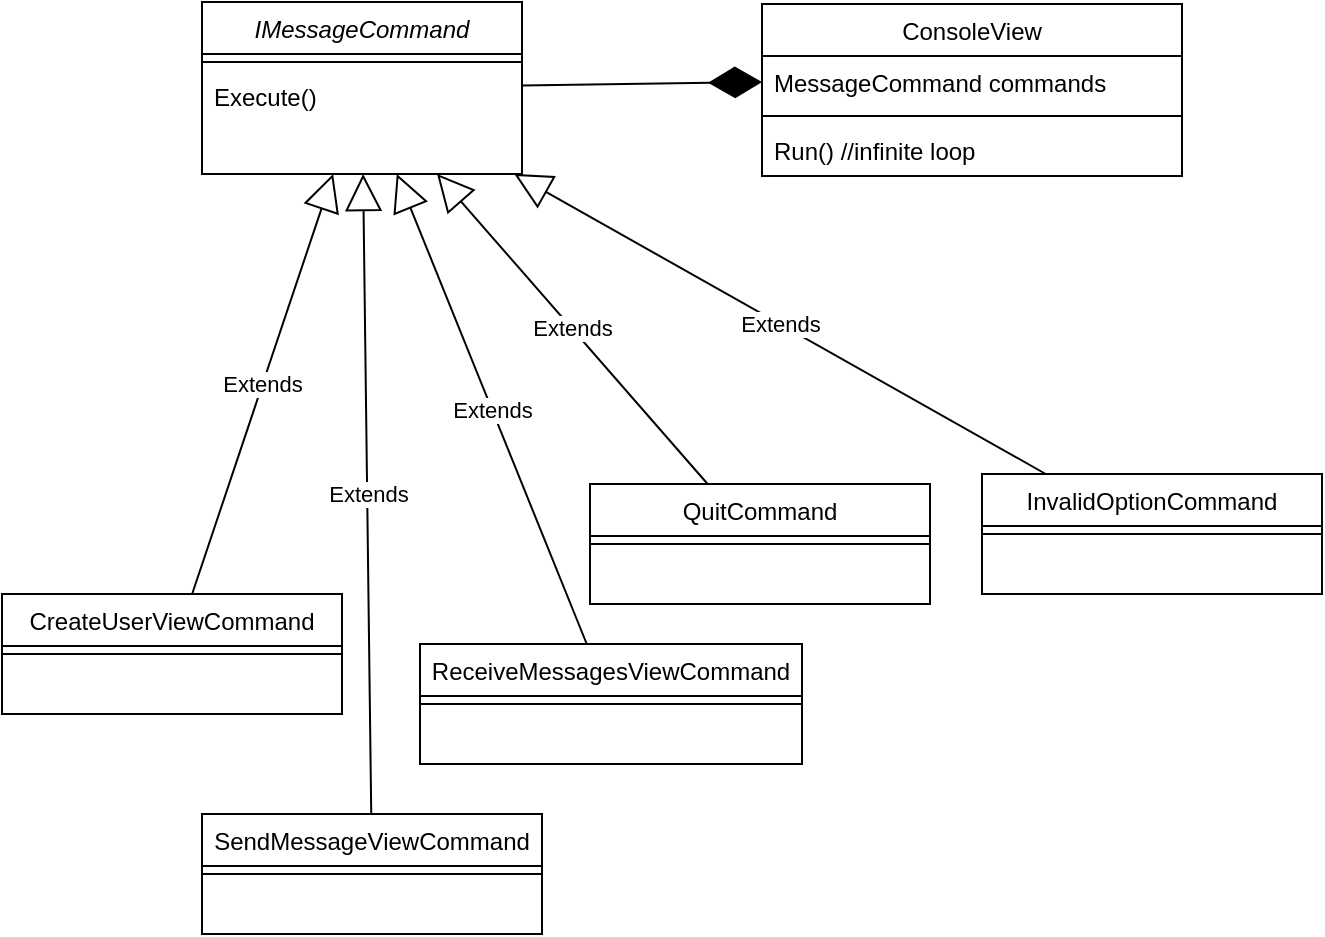
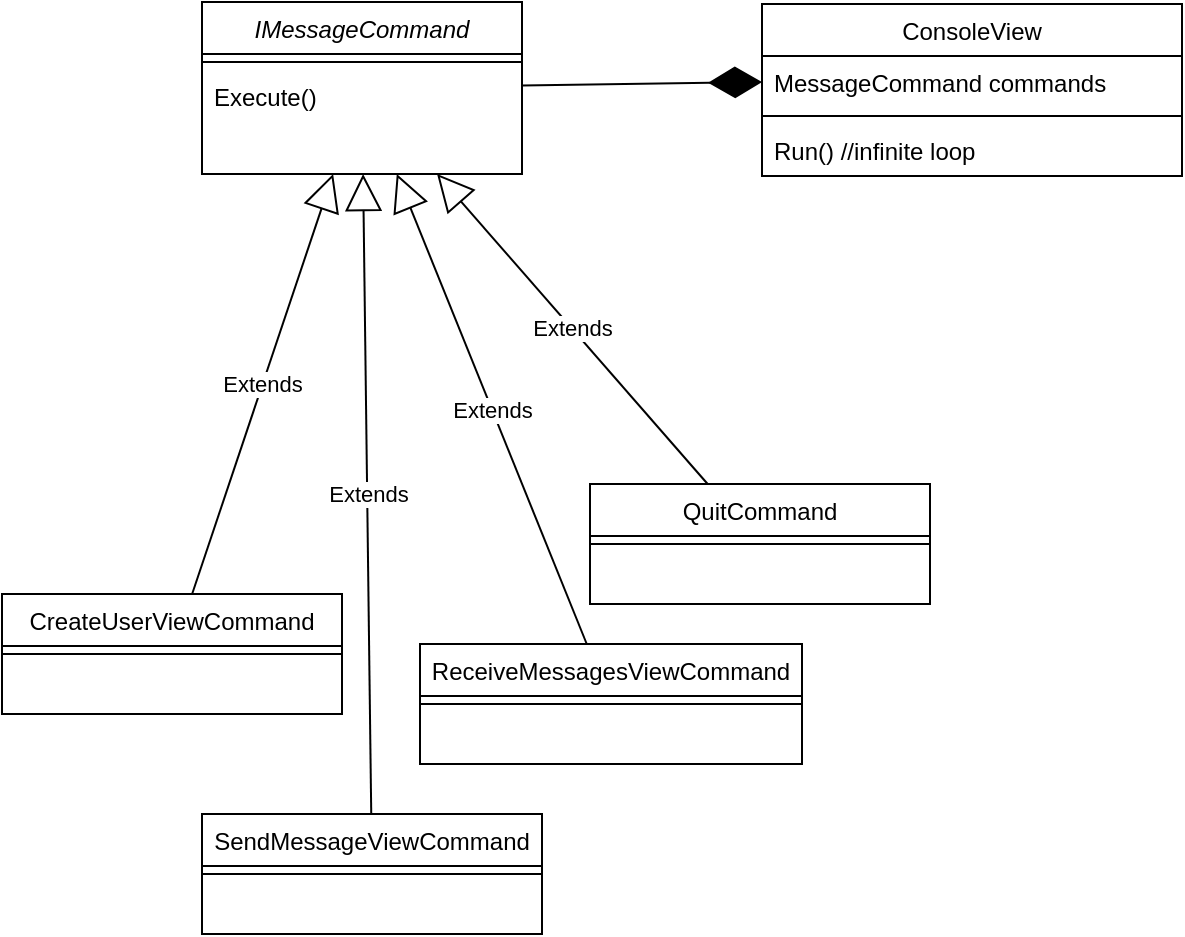
<mxfile host="app.diagrams.net">
  <diagram id="C5RBs43oDa-KdzZeNtuy" name="Page-1">
-     <mxGraphModel dx="1414" dy="743" grid="1" gridSize="10" guides="1" tooltips="1" connect="1" arrows="1" fold="1" page="1" pageScale="1" pageWidth="827" pageHeight="1169" math="0" shadow="0">
+     <mxGraphModel dx="1414" dy="777" grid="1" gridSize="10" guides="1" tooltips="1" connect="1" arrows="1" fold="1" page="1" pageScale="1" pageWidth="827" pageHeight="1169" math="0" shadow="0">
      <root>
        <mxCell id="WIyWlLk6GJQsqaUBKTNV-0" />
        <mxCell id="WIyWlLk6GJQsqaUBKTNV-1" parent="WIyWlLk6GJQsqaUBKTNV-0" />
        <mxCell id="tuTL7WdIvHT7nZa6elIh-0" parent="WIyWlLk6GJQsqaUBKTNV-1" style="swimlane;fontStyle=0;align=center;verticalAlign=top;childLayout=stackLayout;horizontal=1;startSize=26;horizontalStack=0;resizeParent=1;resizeLast=0;collapsible=1;marginBottom=0;rounded=0;shadow=0;strokeWidth=1;" value="ConsoleView" vertex="1">
          <mxGeometry height="86" width="210" x="500" y="260" as="geometry">
            <mxRectangle height="26" width="160" x="230" y="140" as="alternateBounds" />
          </mxGeometry>
        </mxCell>
        <mxCell id="tuTL7WdIvHT7nZa6elIh-1" parent="tuTL7WdIvHT7nZa6elIh-0" style="text;align=left;verticalAlign=top;spacingLeft=4;spacingRight=4;overflow=hidden;rotatable=0;points=[[0,0.5],[1,0.5]];portConstraint=eastwest;" value="MessageCommand commands" vertex="1">
          <mxGeometry height="26" width="210" y="26" as="geometry" />
        </mxCell>
        <mxCell id="tuTL7WdIvHT7nZa6elIh-2" parent="tuTL7WdIvHT7nZa6elIh-0" style="line;html=1;strokeWidth=1;align=left;verticalAlign=middle;spacingTop=-1;spacingLeft=3;spacingRight=3;rotatable=0;labelPosition=right;points=[];portConstraint=eastwest;" value="" vertex="1">
          <mxGeometry height="8" width="210" y="52" as="geometry" />
        </mxCell>
        <mxCell id="tuTL7WdIvHT7nZa6elIh-3" parent="tuTL7WdIvHT7nZa6elIh-0" style="text;align=left;verticalAlign=top;spacingLeft=4;spacingRight=4;overflow=hidden;rotatable=0;points=[[0,0.5],[1,0.5]];portConstraint=eastwest;" value="Run() //infinite loop" vertex="1">
          <mxGeometry height="26" width="210" y="60" as="geometry" />
        </mxCell>
        <mxCell id="tuTL7WdIvHT7nZa6elIh-4" parent="WIyWlLk6GJQsqaUBKTNV-1" style="swimlane;fontStyle=2;align=center;verticalAlign=top;childLayout=stackLayout;horizontal=1;startSize=26;horizontalStack=0;resizeParent=1;resizeLast=0;collapsible=1;marginBottom=0;rounded=0;shadow=0;strokeWidth=1;" value="IMessageCommand" vertex="1">
          <mxGeometry height="86" width="160" x="220" y="259" as="geometry">
            <mxRectangle height="26" width="160" x="230" y="140" as="alternateBounds" />
          </mxGeometry>
        </mxCell>
        <mxCell id="tuTL7WdIvHT7nZa6elIh-6" parent="tuTL7WdIvHT7nZa6elIh-4" style="line;html=1;strokeWidth=1;align=left;verticalAlign=middle;spacingTop=-1;spacingLeft=3;spacingRight=3;rotatable=0;labelPosition=right;points=[];portConstraint=eastwest;" value="" vertex="1">
          <mxGeometry height="8" width="160" y="26" as="geometry" />
        </mxCell>
        <mxCell id="tuTL7WdIvHT7nZa6elIh-10" parent="tuTL7WdIvHT7nZa6elIh-4" style="text;align=left;verticalAlign=top;spacingLeft=4;spacingRight=4;overflow=hidden;rotatable=0;points=[[0,0.5],[1,0.5]];portConstraint=eastwest;" value="Execute()" vertex="1">
          <mxGeometry height="26" width="160" y="34" as="geometry" />
        </mxCell>
        <mxCell id="tuTL7WdIvHT7nZa6elIh-7" edge="1" parent="WIyWlLk6GJQsqaUBKTNV-1" source="tuTL7WdIvHT7nZa6elIh-4" style="endArrow=diamondThin;endFill=1;endSize=24;html=1;rounded=0;entryX=0;entryY=0.5;entryDx=0;entryDy=0;" target="tuTL7WdIvHT7nZa6elIh-1" value="">
          <mxGeometry relative="1" width="160" as="geometry">
            <mxPoint x="330" y="450" as="sourcePoint" />
            <mxPoint x="490" y="450" as="targetPoint" />
          </mxGeometry>
        </mxCell>
        <mxCell id="tuTL7WdIvHT7nZa6elIh-8" edge="1" parent="WIyWlLk6GJQsqaUBKTNV-1" source="tuTL7WdIvHT7nZa6elIh-11" style="endArrow=block;endSize=16;endFill=0;html=1;rounded=0;" target="tuTL7WdIvHT7nZa6elIh-4" value="Extends">
          <mxGeometry relative="1" width="160" as="geometry">
            <mxPoint x="300" y="450" as="sourcePoint" />
            <mxPoint x="400" y="500" as="targetPoint" />
          </mxGeometry>
        </mxCell>
        <mxCell id="tuTL7WdIvHT7nZa6elIh-11" parent="WIyWlLk6GJQsqaUBKTNV-1" style="swimlane;fontStyle=0;align=center;verticalAlign=top;childLayout=stackLayout;horizontal=1;startSize=26;horizontalStack=0;resizeParent=1;resizeLast=0;collapsible=1;marginBottom=0;rounded=0;shadow=0;strokeWidth=1;" value="CreateUserViewCommand" vertex="1">
          <mxGeometry height="60" width="170" x="120" y="555" as="geometry">
            <mxRectangle height="26" width="160" x="230" y="140" as="alternateBounds" />
          </mxGeometry>
        </mxCell>
        <mxCell id="tuTL7WdIvHT7nZa6elIh-13" parent="tuTL7WdIvHT7nZa6elIh-11" style="line;html=1;strokeWidth=1;align=left;verticalAlign=middle;spacingTop=-1;spacingLeft=3;spacingRight=3;rotatable=0;labelPosition=right;points=[];portConstraint=eastwest;" value="" vertex="1">
          <mxGeometry height="8" width="170" y="26" as="geometry" />
        </mxCell>
        <mxCell id="tuTL7WdIvHT7nZa6elIh-15" edge="1" parent="WIyWlLk6GJQsqaUBKTNV-1" source="tuTL7WdIvHT7nZa6elIh-16" style="endArrow=block;endSize=16;endFill=0;html=1;rounded=0;" target="tuTL7WdIvHT7nZa6elIh-4" value="Extends">
          <mxGeometry relative="1" width="160" as="geometry">
            <mxPoint x="450" y="615" as="sourcePoint" />
            <mxPoint x="423" y="510" as="targetPoint" />
          </mxGeometry>
        </mxCell>
        <mxCell id="tuTL7WdIvHT7nZa6elIh-16" parent="WIyWlLk6GJQsqaUBKTNV-1" style="swimlane;fontStyle=0;align=center;verticalAlign=top;childLayout=stackLayout;horizontal=1;startSize=26;horizontalStack=0;resizeParent=1;resizeLast=0;collapsible=1;marginBottom=0;rounded=0;shadow=0;strokeWidth=1;" value="SendMessageViewCommand" vertex="1">
          <mxGeometry height="60" width="170" x="220" y="665" as="geometry">
            <mxRectangle height="26" width="160" x="230" y="140" as="alternateBounds" />
          </mxGeometry>
        </mxCell>
        <mxCell id="tuTL7WdIvHT7nZa6elIh-17" parent="tuTL7WdIvHT7nZa6elIh-16" style="line;html=1;strokeWidth=1;align=left;verticalAlign=middle;spacingTop=-1;spacingLeft=3;spacingRight=3;rotatable=0;labelPosition=right;points=[];portConstraint=eastwest;" value="" vertex="1">
          <mxGeometry height="8" width="170" y="26" as="geometry" />
        </mxCell>
        <mxCell id="tuTL7WdIvHT7nZa6elIh-18" edge="1" parent="WIyWlLk6GJQsqaUBKTNV-1" source="tuTL7WdIvHT7nZa6elIh-19" style="endArrow=block;endSize=16;endFill=0;html=1;rounded=0;" target="tuTL7WdIvHT7nZa6elIh-4" value="Extends">
          <mxGeometry relative="1" width="160" as="geometry">
            <mxPoint x="720" y="735" as="sourcePoint" />
            <mxPoint x="693" y="630" as="targetPoint" />
          </mxGeometry>
        </mxCell>
        <mxCell id="tuTL7WdIvHT7nZa6elIh-19" parent="WIyWlLk6GJQsqaUBKTNV-1" style="swimlane;fontStyle=0;align=center;verticalAlign=top;childLayout=stackLayout;horizontal=1;startSize=26;horizontalStack=0;resizeParent=1;resizeLast=0;collapsible=1;marginBottom=0;rounded=0;shadow=0;strokeWidth=1;" value="QuitCommand" vertex="1">
          <mxGeometry height="60" width="170" x="414" y="500" as="geometry">
            <mxRectangle height="26" width="160" x="230" y="140" as="alternateBounds" />
          </mxGeometry>
        </mxCell>
        <mxCell id="tuTL7WdIvHT7nZa6elIh-20" parent="tuTL7WdIvHT7nZa6elIh-19" style="line;html=1;strokeWidth=1;align=left;verticalAlign=middle;spacingTop=-1;spacingLeft=3;spacingRight=3;rotatable=0;labelPosition=right;points=[];portConstraint=eastwest;" value="" vertex="1">
          <mxGeometry height="8" width="170" y="26" as="geometry" />
        </mxCell>
        <mxCell id="tuTL7WdIvHT7nZa6elIh-21" edge="1" parent="WIyWlLk6GJQsqaUBKTNV-1" source="tuTL7WdIvHT7nZa6elIh-22" style="endArrow=block;endSize=16;endFill=0;html=1;rounded=0;" target="tuTL7WdIvHT7nZa6elIh-4" value="Extends">
          <mxGeometry relative="1" width="160" as="geometry">
            <mxPoint x="644" y="535" as="sourcePoint" />
            <mxPoint x="617" y="430" as="targetPoint" />
          </mxGeometry>
        </mxCell>
        <mxCell id="tuTL7WdIvHT7nZa6elIh-22" parent="WIyWlLk6GJQsqaUBKTNV-1" style="swimlane;fontStyle=0;align=center;verticalAlign=top;childLayout=stackLayout;horizontal=1;startSize=26;horizontalStack=0;resizeParent=1;resizeLast=0;collapsible=1;marginBottom=0;rounded=0;shadow=0;strokeWidth=1;" value="ReceiveMessagesViewCommand" vertex="1">
          <mxGeometry height="60" width="191" x="329" y="580" as="geometry">
            <mxRectangle height="26" width="160" x="230" y="140" as="alternateBounds" />
          </mxGeometry>
        </mxCell>
        <mxCell id="tuTL7WdIvHT7nZa6elIh-23" parent="tuTL7WdIvHT7nZa6elIh-22" style="line;html=1;strokeWidth=1;align=left;verticalAlign=middle;spacingTop=-1;spacingLeft=3;spacingRight=3;rotatable=0;labelPosition=right;points=[];portConstraint=eastwest;" value="" vertex="1">
          <mxGeometry height="8" width="191" y="26" as="geometry" />
        </mxCell>
-         <mxCell id="WsFJpQ0iWdgZuaLnBGSX-0" parent="WIyWlLk6GJQsqaUBKTNV-1" style="swimlane;fontStyle=0;align=center;verticalAlign=top;childLayout=stackLayout;horizontal=1;startSize=26;horizontalStack=0;resizeParent=1;resizeLast=0;collapsible=1;marginBottom=0;rounded=0;shadow=0;strokeWidth=1;" value="InvalidOptionCommand" vertex="1">
-           <mxGeometry height="60" width="170" x="610" y="495" as="geometry">
-             <mxRectangle height="26" width="160" x="230" y="140" as="alternateBounds" />
-           </mxGeometry>
-         </mxCell>
-         <mxCell id="WsFJpQ0iWdgZuaLnBGSX-1" parent="WsFJpQ0iWdgZuaLnBGSX-0" style="line;html=1;strokeWidth=1;align=left;verticalAlign=middle;spacingTop=-1;spacingLeft=3;spacingRight=3;rotatable=0;labelPosition=right;points=[];portConstraint=eastwest;" value="" vertex="1">
-           <mxGeometry height="8" width="170" y="26" as="geometry" />
-         </mxCell>
-         <mxCell id="WsFJpQ0iWdgZuaLnBGSX-2" edge="1" parent="WIyWlLk6GJQsqaUBKTNV-1" source="WsFJpQ0iWdgZuaLnBGSX-0" style="endArrow=block;endSize=16;endFill=0;html=1;rounded=0;" target="tuTL7WdIvHT7nZa6elIh-4" value="Extends">
-           <mxGeometry relative="1" width="160" as="geometry">
-             <mxPoint x="625" y="595" as="sourcePoint" />
-             <mxPoint x="490" y="440" as="targetPoint" />
-           </mxGeometry>
-         </mxCell>
      </root>
    </mxGraphModel>
  </diagram>
</mxfile>
